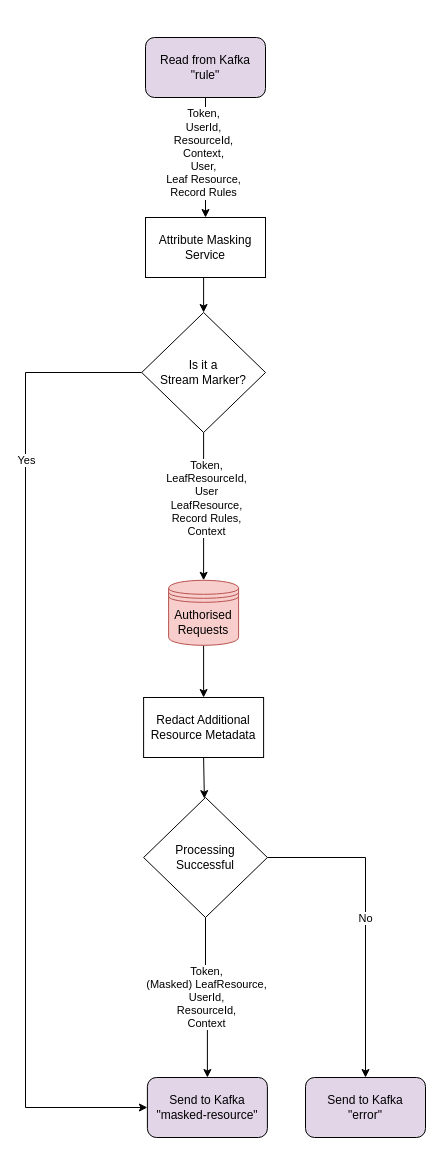
This is attribute-masking-service/doc/attribute-masking-service.drawio from gchq/Palisade-services, a draw.io file, before an edit. Source tidied: cells renumbered, new cells numbered last; positions are measured from the earlier drawing's top-left corner, leaving out a move shared by most shapes. Both pictures are drawn from the tidied source at 100%, with x=0, y=0 at pixel (25, 37).
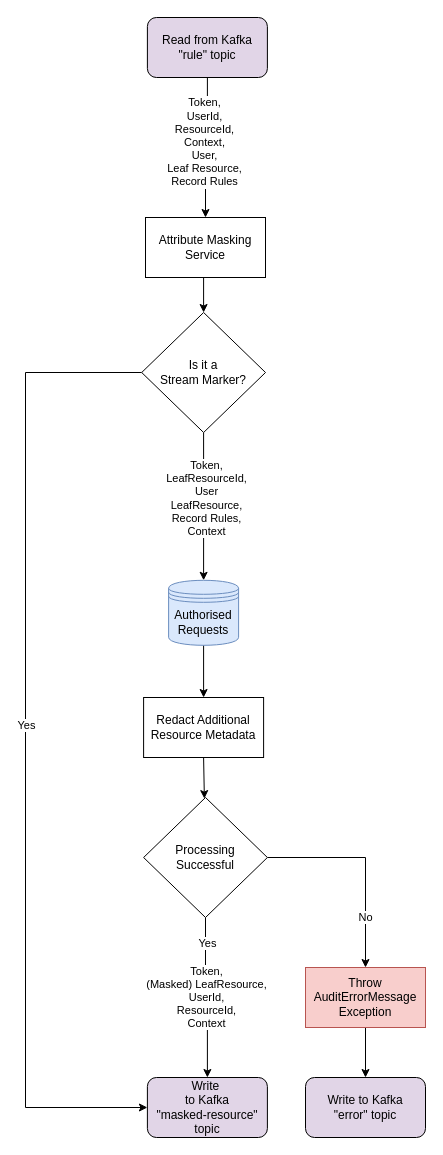
After the change.

The change refers to these unchanged cells:
```xml
<mxCell id="7" style="edgeStyle=orthogonalEdgeStyle;rounded=0;jettySize=auto;html=1;exitX=0;exitY=0.5;exitDx=0;exitDy=0;entryX=0;entryY=0.5;entryDx=0;entryDy=0;" parent="1" edge="1" source="11" target="12">
  <mxGeometry relative="1" as="geometry">
    <Array as="points">
      <mxPoint y="335" />
      <mxPoint y="1070" />
    </Array>
  </mxGeometry>
</mxCell>
<mxCell id="18" value="Processing &lt;br&gt;Successful" style="rhombus;whiteSpace=wrap;html=1;" parent="1" vertex="1">
  <mxGeometry x="118.1" y="760" width="123.8" height="120" as="geometry" />
</mxCell>
```

Diff of the diagram source:
```diff
@@
-    <mxCell id="6" value="&lt;div&gt;Read from Kafka&lt;/div&gt;&lt;div&gt;&quot;rule&quot;&lt;br&gt;&lt;/div&gt;" style="rounded=1;whiteSpace=wrap;html=1;fillColor=#E1D5E7;" parent="1" vertex="1">
-      <mxGeometry x="120" width="120" height="60" as="geometry" />
+    <mxCell id="6" value="&lt;div&gt;Read from Kafka&lt;/div&gt;&lt;div&gt;&quot;rule&quot; topic&lt;/div&gt;" style="rounded=1;whiteSpace=wrap;html=1;fillColor=#E1D5E7;" parent="1" vertex="1">
+      <mxGeometry x="121.9" y="-20" width="120" height="60" as="geometry" />
     </mxCell>
@@
     <mxCell id="8" value="Yes" style="edgeLabel;html=1;align=center;verticalAlign=middle;" parent="7" vertex="1">
       <mxGeometry x="-0.73" y="73" relative="1" as="geometry">
-        <mxPoint x="-73" y="73" as="offset" />
+        <mxPoint x="-73" y="338" as="offset" />
       </mxGeometry>
     </mxCell>
@@
-    <mxCell id="12" value="&lt;div&gt;Send to Kafka&lt;/div&gt;&lt;div&gt;&quot;masked-resource&quot;&lt;br&gt;&lt;/div&gt;" style="rounded=1;whiteSpace=wrap;html=1;fillColor=#E1D5E7;" parent="1" vertex="1">
+    <mxCell id="12" value="&lt;div&gt;Write&amp;nbsp;&lt;/div&gt;&lt;div&gt;to Kafka&lt;/div&gt;&lt;div&gt;&quot;masked-resource&quot; topic&lt;br&gt;&lt;/div&gt;" style="rounded=1;whiteSpace=wrap;html=1;fillColor=#E1D5E7;" parent="1" vertex="1">
       <mxGeometry x="121.9" y="1040" width="120" height="60" as="geometry" />
     </mxCell>
@@
-    <mxCell id="15" value="Authorised Requests" style="shape=datastore;whiteSpace=wrap;html=1;fillColor=#f8cecc;strokeColor=#b85450;" parent="1" vertex="1">
+    <mxCell id="15" value="Authorised Requests" style="shape=datastore;whiteSpace=wrap;html=1;fillColor=#dae8fc;strokeColor=#6c8ebf;" parent="1" vertex="1">
       <mxGeometry x="143.1" y="542.8" width="70" height="65" as="geometry" />
     </mxCell>
+    <mxCell id="17" value="&lt;span style=&quot;color: rgb(0 , 0 , 0) ; font-family: &amp;#34;helvetica&amp;#34; ; font-size: 11px ; font-style: normal ; font-weight: 400 ; letter-spacing: normal ; text-align: center ; text-indent: 0px ; text-transform: none ; word-spacing: 0px ; background-color: rgb(255 , 255 , 255) ; display: inline ; float: none&quot;&gt;Token,&lt;/span&gt;&lt;br style=&quot;color: rgb(0 , 0 , 0) ; font-family: &amp;#34;helvetica&amp;#34; ; font-size: 11px ; font-style: normal ; font-weight: 400 ; letter-spacing: normal ; text-align: center ; text-indent: 0px ; text-transform: none ; word-spacing: 0px&quot;&gt;&lt;span style=&quot;color: rgb(0 , 0 , 0) ; font-family: &amp;#34;helvetica&amp;#34; ; font-size: 11px ; font-style: normal ; font-weight: 400 ; letter-spacing: normal ; text-align: center ; text-indent: 0px ; text-transform: none ; word-spacing: 0px ; background-color: rgb(255 , 255 , 255) ; display: inline ; float: none&quot;&gt;(Masked) LeafResource,&lt;/span&gt;&lt;br style=&quot;color: rgb(0 , 0 , 0) ; font-family: &amp;#34;helvetica&amp;#34; ; font-size: 11px ; font-style: normal ; font-weight: 400 ; letter-spacing: normal ; text-align: center ; text-indent: 0px ; text-transform: none ; word-spacing: 0px&quot;&gt;&lt;span style=&quot;color: rgb(0 , 0 , 0) ; font-family: &amp;#34;helvetica&amp;#34; ; font-size: 11px ; font-style: normal ; font-weight: 400 ; letter-spacing: normal ; text-align: center ; text-indent: 0px ; text-transform: none ; word-spacing: 0px ; background-color: rgb(255 , 255 , 255) ; display: inline ; float: none&quot;&gt;UserId,&lt;/span&gt;&lt;br style=&quot;color: rgb(0 , 0 , 0) ; font-family: &amp;#34;helvetica&amp;#34; ; font-size: 11px ; font-style: normal ; font-weight: 400 ; letter-spacing: normal ; text-align: center ; text-indent: 0px ; text-transform: none ; word-spacing: 0px&quot;&gt;&lt;span style=&quot;color: rgb(0 , 0 , 0) ; font-family: &amp;#34;helvetica&amp;#34; ; font-size: 11px ; font-style: normal ; font-weight: 400 ; letter-spacing: normal ; text-align: center ; text-indent: 0px ; text-transform: none ; word-spacing: 0px ; background-color: rgb(255 , 255 , 255) ; display: inline ; float: none&quot;&gt;ResourceId,&lt;/span&gt;&lt;br style=&quot;color: rgb(0 , 0 , 0) ; font-family: &amp;#34;helvetica&amp;#34; ; font-size: 11px ; font-style: normal ; font-weight: 400 ; letter-spacing: normal ; text-align: center ; text-indent: 0px ; text-transform: none ; word-spacing: 0px&quot;&gt;&lt;span style=&quot;color: rgb(0 , 0 , 0) ; font-family: &amp;#34;helvetica&amp;#34; ; font-size: 11px ; font-style: normal ; font-weight: 400 ; letter-spacing: normal ; text-align: center ; text-indent: 0px ; text-transform: none ; word-spacing: 0px ; background-color: rgb(255 , 255 , 255) ; display: inline ; float: none&quot;&gt;Context&lt;/span&gt;" style="edgeStyle=orthogonalEdgeStyle;rounded=0;jettySize=auto;html=1;exitX=0.5;exitY=1;exitDx=0;exitDy=0;entryX=0.5;entryY=0;entryDx=0;entryDy=0;" parent="1" edge="1" source="18" target="12">
+      <mxGeometry relative="1" as="geometry" />
+    </mxCell>
+    <mxCell id="21" value="Yes" style="edgeLabel;html=1;align=center;verticalAlign=middle;" parent="17" vertex="1">
+      <mxGeometry x="-0.69" y="1" relative="1" as="geometry" />
+    </mxCell>
-    <mxCell id="16" value="No" style="edgeStyle=orthogonalEdgeStyle;rounded=0;jettySize=auto;html=1;exitX=1;exitY=0.5;exitDx=0;exitDy=0;entryX=0.5;entryY=0;entryDx=0;entryDy=0;" parent="1" edge="1" source="18" target="19">
-      <mxGeometry relative="1" as="geometry" />
+    <mxCell id="16" value="No" style="edgeStyle=orthogonalEdgeStyle;rounded=0;jettySize=auto;html=1;exitX=1;exitY=0.5;exitDx=0;exitDy=0;entryX=0.5;entryY=0;entryDx=0;entryDy=0;" parent="1" edge="1" source="18" target="23">
+      <mxGeometry x="0.52" relative="1" as="geometry" />
     </mxCell>
-    <mxCell id="17" value="&lt;span style=&quot;color: rgb(0 , 0 , 0) ; font-family: &amp;#34;helvetica&amp;#34; ; font-size: 11px ; font-style: normal ; font-weight: 400 ; letter-spacing: normal ; text-align: center ; text-indent: 0px ; text-transform: none ; word-spacing: 0px ; background-color: rgb(255 , 255 , 255) ; display: inline ; float: none&quot;&gt;Token,&lt;/span&gt;&lt;br style=&quot;color: rgb(0 , 0 , 0) ; font-family: &amp;#34;helvetica&amp;#34; ; font-size: 11px ; font-style: normal ; font-weight: 400 ; letter-spacing: normal ; text-align: center ; text-indent: 0px ; text-transform: none ; word-spacing: 0px&quot;&gt;&lt;span style=&quot;color: rgb(0 , 0 , 0) ; font-family: &amp;#34;helvetica&amp;#34; ; font-size: 11px ; font-style: normal ; font-weight: 400 ; letter-spacing: normal ; text-align: center ; text-indent: 0px ; text-transform: none ; word-spacing: 0px ; background-color: rgb(255 , 255 , 255) ; display: inline ; float: none&quot;&gt;(Masked) LeafResource,&lt;/span&gt;&lt;br style=&quot;color: rgb(0 , 0 , 0) ; font-family: &amp;#34;helvetica&amp;#34; ; font-size: 11px ; font-style: normal ; font-weight: 400 ; letter-spacing: normal ; text-align: center ; text-indent: 0px ; text-transform: none ; word-spacing: 0px&quot;&gt;&lt;span style=&quot;color: rgb(0 , 0 , 0) ; font-family: &amp;#34;helvetica&amp;#34; ; font-size: 11px ; font-style: normal ; font-weight: 400 ; letter-spacing: normal ; text-align: center ; text-indent: 0px ; text-transform: none ; word-spacing: 0px ; background-color: rgb(255 , 255 , 255) ; display: inline ; float: none&quot;&gt;UserId,&lt;/span&gt;&lt;br style=&quot;color: rgb(0 , 0 , 0) ; font-family: &amp;#34;helvetica&amp;#34; ; font-size: 11px ; font-style: normal ; font-weight: 400 ; letter-spacing: normal ; text-align: center ; text-indent: 0px ; text-transform: none ; word-spacing: 0px&quot;&gt;&lt;span style=&quot;color: rgb(0 , 0 , 0) ; font-family: &amp;#34;helvetica&amp;#34; ; font-size: 11px ; font-style: normal ; font-weight: 400 ; letter-spacing: normal ; text-align: center ; text-indent: 0px ; text-transform: none ; word-spacing: 0px ; background-color: rgb(255 , 255 , 255) ; display: inline ; float: none&quot;&gt;ResourceId,&lt;/span&gt;&lt;br style=&quot;color: rgb(0 , 0 , 0) ; font-family: &amp;#34;helvetica&amp;#34; ; font-size: 11px ; font-style: normal ; font-weight: 400 ; letter-spacing: normal ; text-align: center ; text-indent: 0px ; text-transform: none ; word-spacing: 0px&quot;&gt;&lt;span style=&quot;color: rgb(0 , 0 , 0) ; font-family: &amp;#34;helvetica&amp;#34; ; font-size: 11px ; font-style: normal ; font-weight: 400 ; letter-spacing: normal ; text-align: center ; text-indent: 0px ; text-transform: none ; word-spacing: 0px ; background-color: rgb(255 , 255 , 255) ; display: inline ; float: none&quot;&gt;Context&lt;/span&gt;" style="edgeStyle=orthogonalEdgeStyle;rounded=0;jettySize=auto;html=1;exitX=0.5;exitY=1;exitDx=0;exitDy=0;entryX=0.5;entryY=0;entryDx=0;entryDy=0;" parent="1" edge="1" source="18" target="12">
-      <mxGeometry relative="1" as="geometry" />
-    </mxCell>
@@
-    <mxCell id="19" value="&lt;div&gt;Send to Kafka&lt;/div&gt;&lt;div&gt;&quot;error&quot;&lt;br&gt;&lt;/div&gt;" style="rounded=1;whiteSpace=wrap;html=1;fillColor=#E1D5E7;" parent="1" vertex="1">
+    <mxCell id="19" value="&lt;div&gt;Write to Kafka&lt;/div&gt;&lt;div&gt;&quot;error&quot; topic&lt;/div&gt;" style="rounded=1;whiteSpace=wrap;html=1;fillColor=#E1D5E7;" parent="1" vertex="1">
       <mxGeometry x="280" y="1040" width="120" height="60" as="geometry" />
     </mxCell>
@@
+    <mxCell id="22" style="edgeStyle=orthogonalEdgeStyle;rounded=0;jettySize=auto;html=1;exitX=0.5;exitY=1;exitDx=0;exitDy=0;entryX=0.5;entryY=0;entryDx=0;entryDy=0;" parent="1" edge="1" source="23" target="19">
+      <mxGeometry relative="1" as="geometry" />
+    </mxCell>
+    <mxCell id="23" value="Throw AuditErrorMessage Exception" style="rounded=0;whiteSpace=wrap;html=1;fillColor=#f8cecc;strokeColor=#b85450;" parent="1" vertex="1">
+      <mxGeometry x="280" y="930" width="120" height="60" as="geometry" />
+    </mxCell>
```
